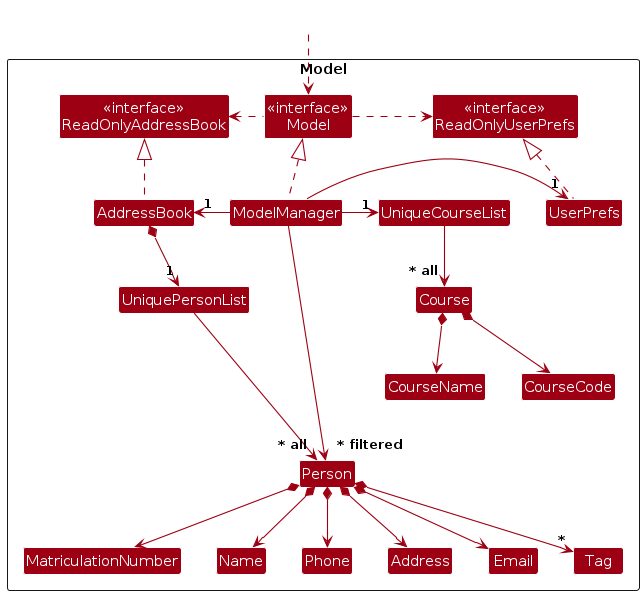
This is diagrams/ModelClassDiagram.png from FlyingDonkeys/tp, a PlantUML export, as it was before one commit. Its source is kept beside it as diagrams/ModelClassDiagram.puml. Its diagram source:
```plantuml
@startuml
!include style.puml
skinparam arrowThickness 1.1
skinparam arrowColor MODEL_COLOR
skinparam classBackgroundColor MODEL_COLOR

Package Model as ModelPackage <<Rectangle>>{
Class "<<interface>>\nReadOnlyAddressBook" as ReadOnlyAddressBook
Class "<<interface>>\nReadOnlyUserPrefs" as ReadOnlyUserPrefs
Class "<<interface>>\nModel" as Model
Class AddressBook
Class ModelManager
Class UserPrefs

Class UniquePersonList
Class Person
Class MatriculationNumber
Class Address
Class Email
Class Name
Class Phone
Class Tag
Class UniqueCourseList
Class Course
Class CourseCode
Class CourseName

Class I #FFFFFF
}

Class HiddenOutside #FFFFFF
HiddenOutside ..> Model

AddressBook .up.|> ReadOnlyAddressBook

ModelManager .up.|> Model
Model .right.> ReadOnlyUserPrefs
Model .left.> ReadOnlyAddressBook
ModelManager -left-> "1" AddressBook
ModelManager -right-> "1" UserPrefs
ModelManager -right-> "1" UniqueCourseList
UserPrefs .up.|> ReadOnlyUserPrefs

AddressBook *--> "1" UniquePersonList
UniquePersonList --> "~* all" Person
UniqueCourseList --> "~* all" Course
Person *--> MatriculationNumber
Person *--> Name
Person *--> Phone
Person *--> Email
Person *--> Address
Person *--> "*" Tag

Course *--> CourseCode
Course *--> CourseName

Person -[hidden]up--> I
UniquePersonList -[hidden]right-> I

MatriculationNumber -[hidden]right-> Name
Name -[hidden]right-> Phone
Phone -[hidden]right-> Address
Address -[hidden]right-> Email

ModelManager --> "~* filtered" Person
@enduml
```
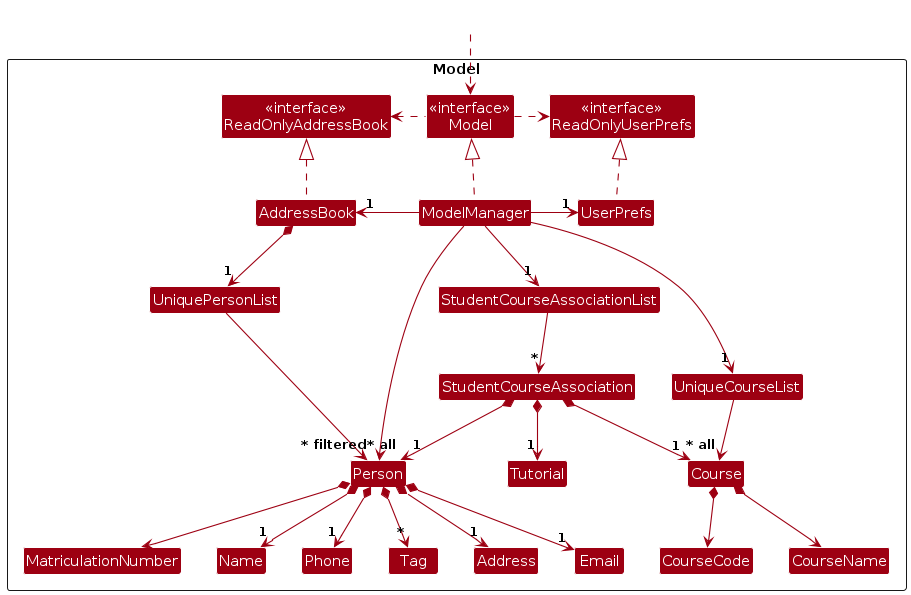
After the change.

The edit, as a diff of the source:
```diff
@@ -25,6 +25,10 @@
 Class CourseCode
 Class CourseName
 
+Class StudentCourseAssociationList
+Class StudentCourseAssociation
+Class Tutorial
+
 Class I #FFFFFF
 }
 
@@ -38,17 +42,23 @@
 Model .left.> ReadOnlyAddressBook
 ModelManager -left-> "1" AddressBook
 ModelManager -right-> "1" UserPrefs
+ModelManager -down-> "1" StudentCourseAssociationList
 ModelManager -right-> "1" UniqueCourseList
 UserPrefs .up.|> ReadOnlyUserPrefs
 
+StudentCourseAssociationList -down-> "*" StudentCourseAssociation
+StudentCourseAssociation *-down-> "1" Person
+StudentCourseAssociation *-down-> "1" Tutorial
+StudentCourseAssociation *-down-> "1" Course
+
 AddressBook *--> "1" UniquePersonList
 UniquePersonList --> "~* all" Person
+Person *--> "1" Name
+Person *--> "1" Phone
+Person *--> "1" Email
+Person *--> "1" Address
 UniqueCourseList --> "~* all" Course
 Person *--> MatriculationNumber
-Person *--> Name
-Person *--> Phone
-Person *--> Email
-Person *--> Address
 Person *--> "*" Tag
 
 Course *--> CourseCode
```
